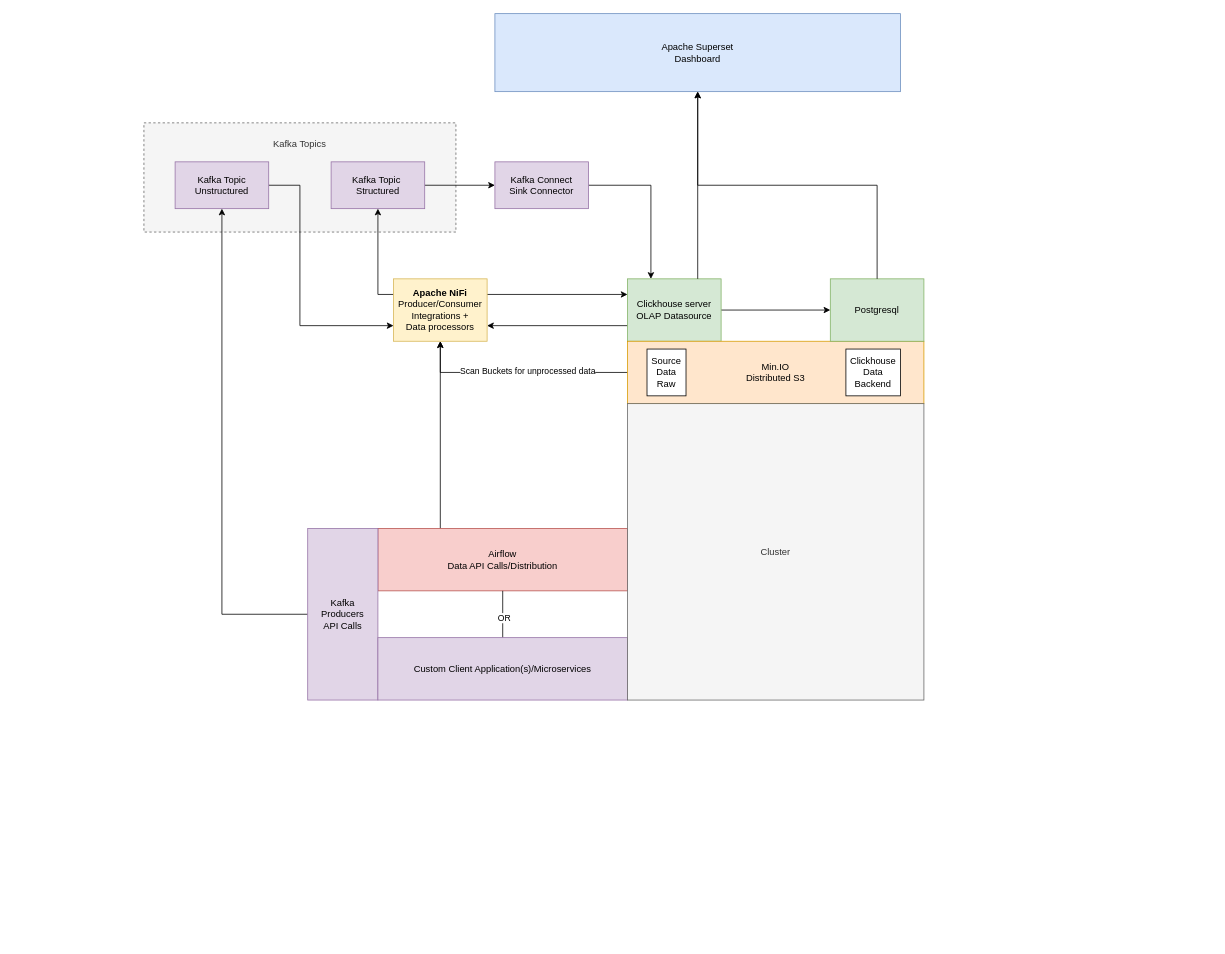
The draw.io diagram architecture.drawio in jackgray/spotlight, before the edit. Source tidied: cells renumbered, new cells numbered last; positions are measured from the earlier drawing's top-left corner, leaving out a move shared by most shapes. Both pictures are drawn from the tidied source at 78%, with x=0, y=0 at pixel (144, 13).
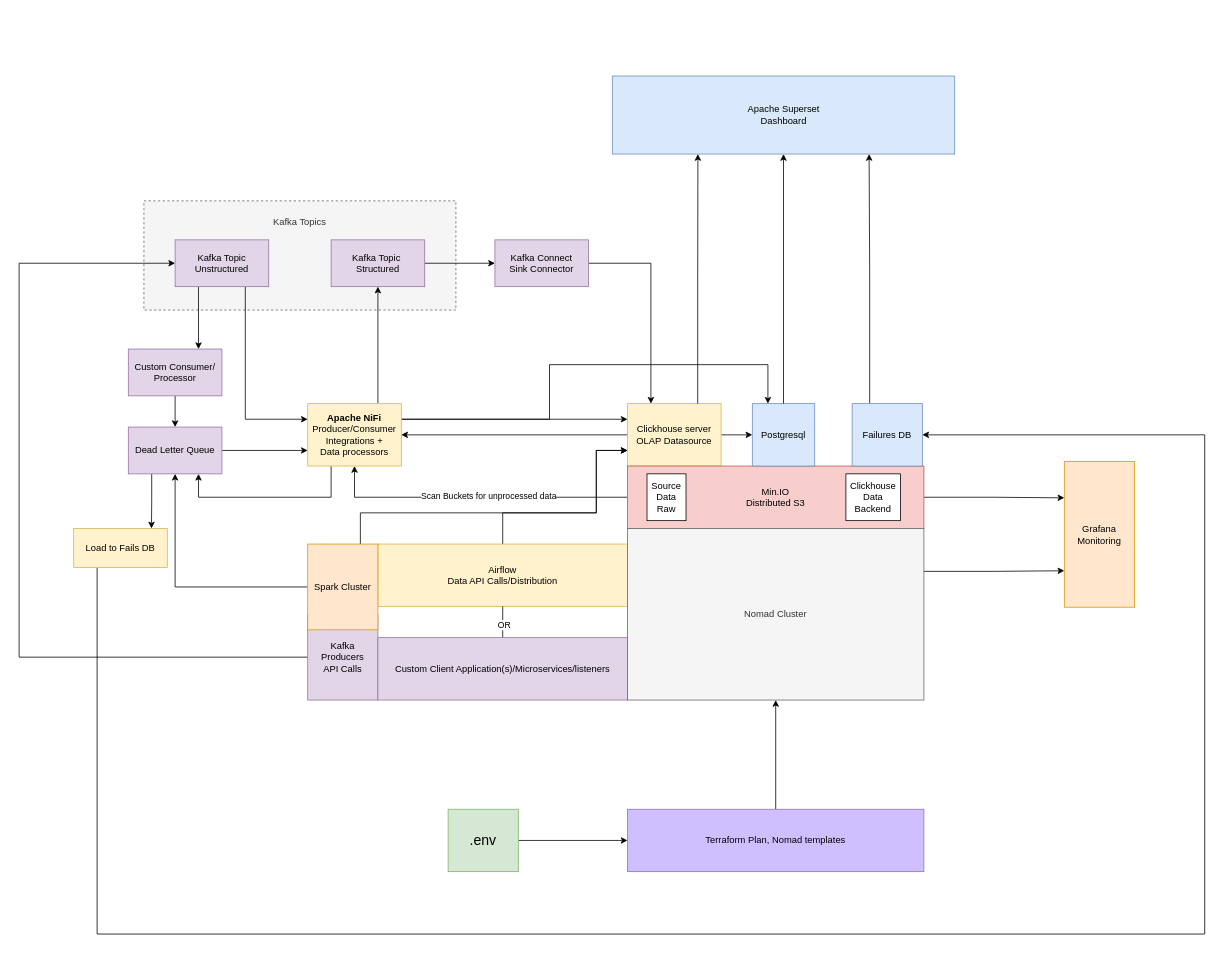
Above is the later version.

What changed in the source:
```diff
@@
     <mxCell id="2" value="Kafka Topics&lt;div&gt;&lt;br&gt;&lt;/div&gt;&lt;div&gt;&lt;br&gt;&lt;/div&gt;&lt;div&gt;&lt;br&gt;&lt;/div&gt;&lt;div&gt;&lt;br&gt;&lt;/div&gt;&lt;div&gt;&lt;br&gt;&lt;/div&gt;&lt;div&gt;&lt;br&gt;&lt;/div&gt;" style="rounded=0;whiteSpace=wrap;html=1;dashed=1;fillColor=#f5f5f5;fontColor=#333333;strokeColor=#666666;" parent="1" vertex="1">
-      <mxGeometry y="140" width="400" height="140" as="geometry" />
+      <mxGeometry y="240" width="400" height="140" as="geometry" />
     </mxCell>
     <mxCell id="3" value="&lt;div&gt;Apache Superset&lt;br&gt;&lt;/div&gt;&lt;div&gt;Dashboard&lt;/div&gt;" style="rounded=0;whiteSpace=wrap;html=1;fillColor=#dae8fc;strokeColor=#6c8ebf;" parent="1" vertex="1">
-      <mxGeometry x="450" width="520" height="100" as="geometry" />
+      <mxGeometry x="600.5" y="80" width="439" height="100" as="geometry" />
     </mxCell>
-    <mxCell id="4" style="edgeStyle=orthogonalEdgeStyle;rounded=0;jettySize=auto;html=1;exitX=0;exitY=0.75;exitDx=0;exitDy=0;entryX=1;entryY=0.75;entryDx=0;entryDy=0;" parent="1" edge="1" source="6" target="17">
+    <mxCell id="4" style="edgeStyle=orthogonalEdgeStyle;rounded=0;jettySize=auto;html=1;exitX=0;exitY=0.5;exitDx=0;exitDy=0;entryX=1;entryY=0.5;entryDx=0;entryDy=0;" parent="1" edge="1" source="6" target="17">
       <mxGeometry relative="1" as="geometry" />
     </mxCell>
@@
-    <mxCell id="6" value="Clickhouse server&lt;div&gt;OLAP Datasource&lt;/div&gt;" style="rounded=0;whiteSpace=wrap;html=1;fillColor=#d5e8d4;strokeColor=#82b366;" parent="1" vertex="1">
-      <mxGeometry x="620" y="340" width="120" height="80" as="geometry" />
+    <mxCell id="6" value="Clickhouse server&lt;div&gt;OLAP Datasource&lt;/div&gt;" style="rounded=0;whiteSpace=wrap;html=1;fillColor=#fff2cc;strokeColor=#d6b656;" parent="1" vertex="1">
+      <mxGeometry x="620" y="500" width="120" height="80" as="geometry" />
     </mxCell>
@@
+    <mxCell id="32" style="edgeStyle=orthogonalEdgeStyle;rounded=0;jettySize=auto;html=1;exitX=1;exitY=0.5;exitDx=0;exitDy=0;entryX=0;entryY=0.25;entryDx=0;entryDy=0;" parent="1" edge="1" source="9" target="48">
+      <mxGeometry relative="1" as="geometry" />
+    </mxCell>
-    <mxCell id="9" value="Min.IO&lt;div&gt;Distributed S3&lt;/div&gt;" style="rounded=0;whiteSpace=wrap;html=1;fillColor=#ffe6cc;strokeColor=#d79b00;" parent="1" vertex="1">
-      <mxGeometry x="620" y="420" width="380" height="80" as="geometry" />
+    <mxCell id="9" value="Min.IO&lt;div&gt;Distributed S3&lt;/div&gt;" style="rounded=0;whiteSpace=wrap;html=1;fillColor=#f8cecc;strokeColor=#b85450;" parent="1" vertex="1">
+      <mxGeometry x="620" y="580" width="380" height="80" as="geometry" />
     </mxCell>
     <mxCell id="10" value="Source Data Raw" style="rounded=0;whiteSpace=wrap;html=1;" parent="1" vertex="1">
-      <mxGeometry x="645" y="430" width="50" height="60" as="geometry" />
+      <mxGeometry x="645" y="590" width="50" height="60" as="geometry" />
     </mxCell>
-    <mxCell id="11" style="edgeStyle=orthogonalEdgeStyle;rounded=0;jettySize=auto;html=1;exitX=0.25;exitY=0;exitDx=0;exitDy=0;entryX=0.5;entryY=1;entryDx=0;entryDy=0;" parent="1" edge="1" source="12" target="17">
-      <mxGeometry relative="1" as="geometry" />
-    </mxCell>
+    <mxCell id="33" style="edgeStyle=orthogonalEdgeStyle;rounded=0;jettySize=auto;html=1;exitX=0.5;exitY=0;exitDx=0;exitDy=0;entryX=0;entryY=0.75;entryDx=0;entryDy=0;" parent="1" edge="1" source="12" target="6">
+      <mxGeometry relative="1" as="geometry">
+        <Array as="points">
+          <mxPoint x="460" y="640" />
+          <mxPoint x="580" y="640" />
+          <mxPoint x="580" y="560" />
+        </Array>
+      </mxGeometry>
+    </mxCell>
-    <mxCell id="12" value="Airflow&lt;div&gt;Data API Calls/Distribution&lt;/div&gt;" style="rounded=0;whiteSpace=wrap;html=1;fillColor=#f8cecc;strokeColor=#b85450;" parent="1" vertex="1">
-      <mxGeometry x="300" y="660" width="320" height="80" as="geometry" />
+    <mxCell id="12" value="Airflow&lt;div&gt;Data API Calls/Distribution&lt;/div&gt;" style="rounded=0;whiteSpace=wrap;html=1;fillColor=#fff2cc;strokeColor=#d6b656;" parent="1" vertex="1">
+      <mxGeometry x="300" y="680" width="320" height="80" as="geometry" />
     </mxCell>
-    <mxCell id="13" style="edgeStyle=orthogonalEdgeStyle;rounded=0;jettySize=auto;html=1;exitX=0;exitY=0.5;exitDx=0;exitDy=0;entryX=0.5;entryY=1;entryDx=0;entryDy=0;" parent="1" edge="1" source="14" target="20">
-      <mxGeometry relative="1" as="geometry" />
+    <mxCell id="13" style="edgeStyle=orthogonalEdgeStyle;rounded=0;jettySize=auto;html=1;exitX=0;exitY=0.5;exitDx=0;exitDy=0;entryX=0;entryY=0.5;entryDx=0;entryDy=0;" parent="1" edge="1" source="14" target="20">
+      <mxGeometry relative="1" as="geometry">
+        <Array as="points">
+          <mxPoint x="-160" y="825" />
+          <mxPoint x="-160" y="320" />
+        </Array>
+      </mxGeometry>
     </mxCell>
     <mxCell id="14" value="Kafka Producers&lt;div&gt;API Calls&lt;/div&gt;" style="rounded=0;whiteSpace=wrap;html=1;fillColor=#e1d5e7;strokeColor=#9673a6;" parent="1" vertex="1">
-      <mxGeometry x="210" y="660" width="90" height="220" as="geometry" />
+      <mxGeometry x="210" y="770" width="90" height="110" as="geometry" />
     </mxCell>
@@
-    <mxCell id="16" style="edgeStyle=orthogonalEdgeStyle;rounded=0;jettySize=auto;html=1;exitX=0;exitY=0.25;exitDx=0;exitDy=0;" parent="1" edge="1" source="17" target="22">
+    <mxCell id="16" style="edgeStyle=orthogonalEdgeStyle;rounded=0;jettySize=auto;html=1;exitX=0.75;exitY=0;exitDx=0;exitDy=0;" parent="1" edge="1" source="17" target="22">
       <mxGeometry relative="1" as="geometry" />
     </mxCell>
+    <mxCell id="34" style="edgeStyle=orthogonalEdgeStyle;rounded=0;jettySize=auto;html=1;exitX=0.25;exitY=1;exitDx=0;exitDy=0;entryX=0.75;entryY=1;entryDx=0;entryDy=0;" parent="1" edge="1" source="17" target="47">
+      <mxGeometry relative="1" as="geometry">
+        <Array as="points">
+          <mxPoint x="240" y="620" />
+          <mxPoint x="70" y="620" />
+        </Array>
+      </mxGeometry>
+    </mxCell>
+    <mxCell id="35" style="edgeStyle=orthogonalEdgeStyle;rounded=0;jettySize=auto;html=1;exitX=1;exitY=0.25;exitDx=0;exitDy=0;entryX=0.25;entryY=0;entryDx=0;entryDy=0;" parent="1" edge="1" source="17" target="29">
+      <mxGeometry relative="1" as="geometry">
+        <Array as="points">
+          <mxPoint x="520" y="520" />
+          <mxPoint x="520" y="450" />
+          <mxPoint x="800" y="450" />
+        </Array>
+      </mxGeometry>
+    </mxCell>
     <mxCell id="17" value="&lt;b&gt;Apache NiFi&lt;/b&gt;&lt;div&gt;Producer/Consumer Integrations +&lt;/div&gt;&lt;div&gt;Data processors&lt;/div&gt;" style="rounded=0;whiteSpace=wrap;html=1;fillColor=#fff2cc;strokeColor=#d6b656;" parent="1" vertex="1">
-      <mxGeometry x="320" y="340" width="120" height="80" as="geometry" />
+      <mxGeometry x="210" y="500" width="120" height="80" as="geometry" />
     </mxCell>
-    <mxCell id="18" style="edgeStyle=orthogonalEdgeStyle;rounded=0;jettySize=auto;html=1;exitX=0.75;exitY=0;exitDx=0;exitDy=0;entryX=0.5;entryY=1;entryDx=0;entryDy=0;" parent="1" edge="1" source="6" target="3">
+    <mxCell id="18" style="edgeStyle=orthogonalEdgeStyle;rounded=0;jettySize=auto;html=1;exitX=0.75;exitY=0;exitDx=0;exitDy=0;entryX=0.25;entryY=1;entryDx=0;entryDy=0;" parent="1" edge="1" source="6" target="3">
       <mxGeometry relative="1" as="geometry" />
     </mxCell>
-    <mxCell id="19" style="edgeStyle=orthogonalEdgeStyle;rounded=0;jettySize=auto;html=1;exitX=1;exitY=0.5;exitDx=0;exitDy=0;entryX=0;entryY=0.75;entryDx=0;entryDy=0;" parent="1" edge="1" source="20" target="17">
+    <mxCell id="19" style="edgeStyle=orthogonalEdgeStyle;rounded=0;jettySize=auto;html=1;exitX=0.75;exitY=1;exitDx=0;exitDy=0;entryX=0;entryY=0.25;entryDx=0;entryDy=0;" parent="1" edge="1" source="20" target="17">
       <mxGeometry relative="1" as="geometry">
         <Array as="points">
-          <mxPoint x="200" y="220" />
-          <mxPoint x="200" y="400" />
+          <mxPoint x="130" y="520" />
         </Array>
       </mxGeometry>
     </mxCell>
+    <mxCell id="36" style="edgeStyle=orthogonalEdgeStyle;rounded=0;jettySize=auto;html=1;exitX=0.25;exitY=1;exitDx=0;exitDy=0;entryX=0.75;entryY=0;entryDx=0;entryDy=0;" parent="1" edge="1" source="20" target="44">
+      <mxGeometry relative="1" as="geometry" />
+    </mxCell>
     <mxCell id="20" value="Kafka Topic&lt;div&gt;Unstructured&lt;/div&gt;" style="rounded=0;whiteSpace=wrap;html=1;fillColor=#e1d5e7;strokeColor=#9673a6;" parent="1" vertex="1">
-      <mxGeometry x="40" y="190" width="120" height="60" as="geometry" />
+      <mxGeometry x="40" y="290" width="120" height="60" as="geometry" />
     </mxCell>
@@
     <mxCell id="22" value="Kafka Topic&amp;nbsp;&lt;div&gt;Structured&lt;/div&gt;" style="rounded=0;whiteSpace=wrap;html=1;fillColor=#e1d5e7;strokeColor=#9673a6;" parent="1" vertex="1">
-      <mxGeometry x="240" y="190" width="120" height="60" as="geometry" />
+      <mxGeometry x="240" y="290" width="120" height="60" as="geometry" />
     </mxCell>
@@
     <mxCell id="24" value="Kafka Connect&lt;div&gt;Sink Connector&lt;/div&gt;" style="rounded=0;whiteSpace=wrap;html=1;fillColor=#e1d5e7;strokeColor=#9673a6;" parent="1" vertex="1">
-      <mxGeometry x="450" y="190" width="120" height="60" as="geometry" />
+      <mxGeometry x="450" y="290" width="120" height="60" as="geometry" />
     </mxCell>
@@
-    <mxCell id="27" value="Custom Client Application(s)/Microservices" style="rounded=0;whiteSpace=wrap;html=1;fillColor=#e1d5e7;strokeColor=#9673a6;" parent="1" vertex="1">
+    <mxCell id="27" value="Custom Client Application(s)/Microservices/listeners" style="rounded=0;whiteSpace=wrap;html=1;fillColor=#e1d5e7;strokeColor=#9673a6;" parent="1" vertex="1">
       <mxGeometry x="300" y="800" width="320" height="80" as="geometry" />
     </mxCell>
+    <mxCell id="37" style="edgeStyle=orthogonalEdgeStyle;rounded=0;jettySize=auto;html=1;exitX=1;exitY=0.25;exitDx=0;exitDy=0;entryX=0;entryY=0.75;entryDx=0;entryDy=0;" parent="1" edge="1" source="28" target="48">
+      <mxGeometry relative="1" as="geometry" />
+    </mxCell>
-    <mxCell id="28" value="Cluster" style="rounded=0;whiteSpace=wrap;html=1;fillColor=#f5f5f5;fontColor=#333333;strokeColor=#666666;" parent="1" vertex="1">
-      <mxGeometry x="620" y="500" width="380" height="380" as="geometry" />
+    <mxCell id="28" value="Nomad Cluster" style="rounded=0;whiteSpace=wrap;html=1;fillColor=#f5f5f5;fontColor=#333333;strokeColor=#666666;" parent="1" vertex="1">
+      <mxGeometry x="620" y="660" width="380" height="220" as="geometry" />
     </mxCell>
-    <mxCell id="29" value="&lt;div&gt;Postgresql&lt;/div&gt;" style="rounded=0;whiteSpace=wrap;html=1;fillColor=#d5e8d4;strokeColor=#82b366;" parent="1" vertex="1">
-      <mxGeometry x="880" y="340" width="120" height="80" as="geometry" />
+    <mxCell id="29" value="&lt;div&gt;Postgresql&lt;/div&gt;" style="rounded=0;whiteSpace=wrap;html=1;fillColor=#dae8fc;strokeColor=#6c8ebf;" parent="1" vertex="1">
+      <mxGeometry x="780" y="500" width="80" height="80" as="geometry" />
     </mxCell>
@@
     <mxCell id="31" value="Clickhouse&lt;div&gt;Data Backend&lt;/div&gt;" style="rounded=0;whiteSpace=wrap;html=1;" parent="1" vertex="1">
-      <mxGeometry x="900" y="430" width="70" height="60" as="geometry" />
+      <mxGeometry x="900" y="590" width="70" height="60" as="geometry" />
     </mxCell>
+    <mxCell id="38" style="edgeStyle=orthogonalEdgeStyle;rounded=0;jettySize=auto;html=1;exitX=0.75;exitY=0;exitDx=0;exitDy=0;entryX=0;entryY=0.75;entryDx=0;entryDy=0;" parent="1" edge="1" source="40" target="6">
+      <mxGeometry relative="1" as="geometry">
+        <Array as="points">
+          <mxPoint x="277" y="640" />
+          <mxPoint x="580" y="640" />
+          <mxPoint x="580" y="560" />
+        </Array>
+      </mxGeometry>
+    </mxCell>
+    <mxCell id="39" style="edgeStyle=orthogonalEdgeStyle;rounded=0;jettySize=auto;html=1;exitX=0;exitY=0.5;exitDx=0;exitDy=0;entryX=0.5;entryY=1;entryDx=0;entryDy=0;" parent="1" edge="1" source="40" target="47">
+      <mxGeometry relative="1" as="geometry" />
+    </mxCell>
+    <mxCell id="40" value="Spark Cluster" style="rounded=0;whiteSpace=wrap;html=1;fillColor=#ffe6cc;strokeColor=#d79b00;" parent="1" vertex="1">
+      <mxGeometry x="210" y="680" width="90" height="110" as="geometry" />
+    </mxCell>
+    <mxCell id="41" style="edgeStyle=orthogonalEdgeStyle;rounded=0;jettySize=auto;html=1;exitX=0.5;exitY=0;exitDx=0;exitDy=0;entryX=0.5;entryY=1;entryDx=0;entryDy=0;" parent="1" edge="1" source="42" target="28">
+      <mxGeometry relative="1" as="geometry" />
+    </mxCell>
+    <mxCell id="42" value="Terraform Plan, Nomad templates" style="rounded=0;whiteSpace=wrap;html=1;fillColor=#D0BFFF;strokeColor=#9673a6;" parent="1" vertex="1">
+      <mxGeometry x="620" y="1020" width="380" height="80" as="geometry" />
+    </mxCell>
+    <mxCell id="43" style="edgeStyle=orthogonalEdgeStyle;rounded=0;jettySize=auto;html=1;exitX=0.5;exitY=1;exitDx=0;exitDy=0;entryX=0.5;entryY=0;entryDx=0;entryDy=0;" parent="1" edge="1" source="44" target="47">
+      <mxGeometry relative="1" as="geometry" />
+    </mxCell>
+    <mxCell id="44" value="Custom Consumer/&lt;div&gt;Processor&lt;/div&gt;" style="rounded=0;whiteSpace=wrap;html=1;fillColor=#e1d5e7;strokeColor=#9673a6;" parent="1" vertex="1">
+      <mxGeometry x="-20" y="430" width="120" height="60" as="geometry" />
+    </mxCell>
+    <mxCell id="45" style="edgeStyle=orthogonalEdgeStyle;rounded=0;jettySize=auto;html=1;exitX=1;exitY=0.5;exitDx=0;exitDy=0;entryX=0;entryY=0.75;entryDx=0;entryDy=0;" parent="1" edge="1" source="47" target="17">
+      <mxGeometry relative="1" as="geometry" />
+    </mxCell>
+    <mxCell id="46" style="edgeStyle=orthogonalEdgeStyle;rounded=0;jettySize=auto;html=1;exitX=0.25;exitY=1;exitDx=0;exitDy=0;" parent="1" edge="1" source="47">
+      <mxGeometry relative="1" as="geometry">
+        <mxPoint x="9.7" y="660" as="targetPoint" />
+      </mxGeometry>
+    </mxCell>
+    <mxCell id="47" value="Dead Letter Queue" style="rounded=0;whiteSpace=wrap;html=1;fillColor=#e1d5e7;strokeColor=#9673a6;" parent="1" vertex="1">
+      <mxGeometry x="-20" y="530" width="120" height="60" as="geometry" />
+    </mxCell>
+    <mxCell id="48" value="Grafana Monitoring" style="rounded=0;whiteSpace=wrap;html=1;fillColor=#ffe6cc;strokeColor=#d79b00;" parent="1" vertex="1">
+      <mxGeometry x="1180" y="574" width="90" height="187" as="geometry" />
+    </mxCell>
+    <mxCell id="49" style="edgeStyle=orthogonalEdgeStyle;rounded=0;jettySize=auto;html=1;entryX=0;entryY=0.5;entryDx=0;entryDy=0;" parent="1" edge="1" source="50" target="42">
+      <mxGeometry relative="1" as="geometry" />
+    </mxCell>
+    <mxCell id="50" value="&lt;font style=&quot;font-size: 18px;&quot;&gt;.env&lt;/font&gt;" style="rounded=0;whiteSpace=wrap;html=1;fillColor=#d5e8d4;strokeColor=#82b366;" parent="1" vertex="1">
+      <mxGeometry x="390" y="1020" width="90" height="80" as="geometry" />
+    </mxCell>
+    <mxCell id="51" style="edgeStyle=orthogonalEdgeStyle;rounded=0;jettySize=auto;html=1;exitX=0.25;exitY=0;exitDx=0;exitDy=0;entryX=0.75;entryY=1;entryDx=0;entryDy=0;" parent="1" edge="1" source="52" target="3">
+      <mxGeometry relative="1" as="geometry" />
+    </mxCell>
+    <mxCell id="52" value="&lt;div&gt;Failures DB&lt;/div&gt;" style="rounded=0;whiteSpace=wrap;html=1;fillColor=#dae8fc;strokeColor=#6c8ebf;" parent="1" vertex="1">
+      <mxGeometry x="908" y="500" width="90" height="80" as="geometry" />
+    </mxCell>
+    <mxCell id="53" style="edgeStyle=orthogonalEdgeStyle;rounded=0;jettySize=auto;html=1;exitX=0.25;exitY=1;exitDx=0;exitDy=0;entryX=1;entryY=0.5;entryDx=0;entryDy=0;" parent="1" edge="1" source="54" target="52">
+      <mxGeometry relative="1" as="geometry">
+        <Array as="points">
+          <mxPoint x="-60" y="1180" />
+          <mxPoint x="1360" y="1180" />
+          <mxPoint x="1360" y="540" />
+        </Array>
+      </mxGeometry>
+    </mxCell>
+    <mxCell id="54" value="Load to Fails DB" style="rounded=0;whiteSpace=wrap;html=1;fillColor=#fff2cc;strokeColor=#d6b656;" parent="1" vertex="1">
+      <mxGeometry x="-90" y="660" width="120" height="50" as="geometry" />
+    </mxCell>
```
